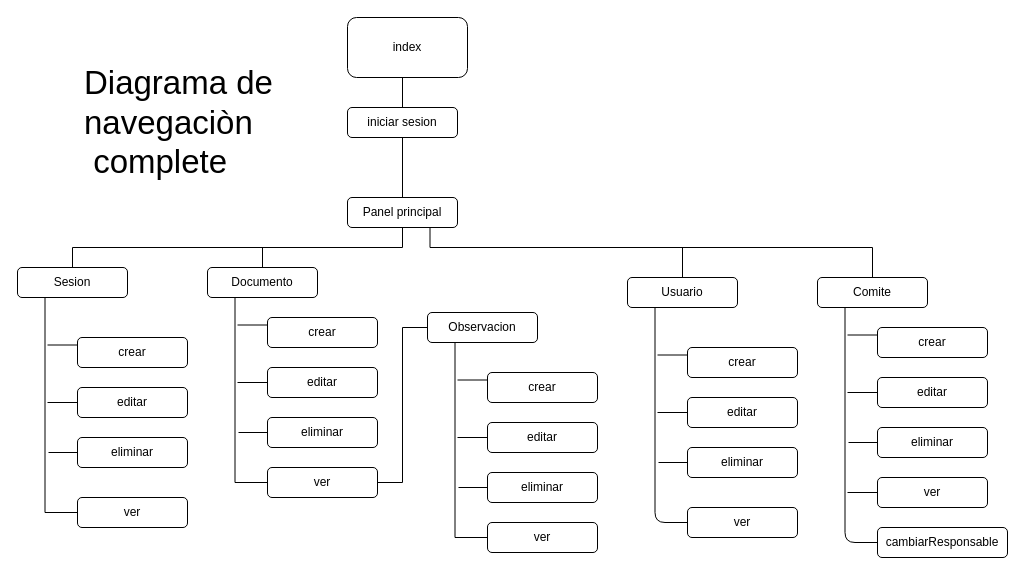
Before: page "completo" (1 of 4) of doc/Nav.drawio in gabo2600/sesion, a draw.io diagram. Source tidied: cells renumbered, new cells numbered last; positions are measured from the earlier drawing's top-left corner, leaving out a move shared by most shapes. Both pictures are drawn from the tidied source at 100%, with x=0, y=0 at pixel (17, 17).
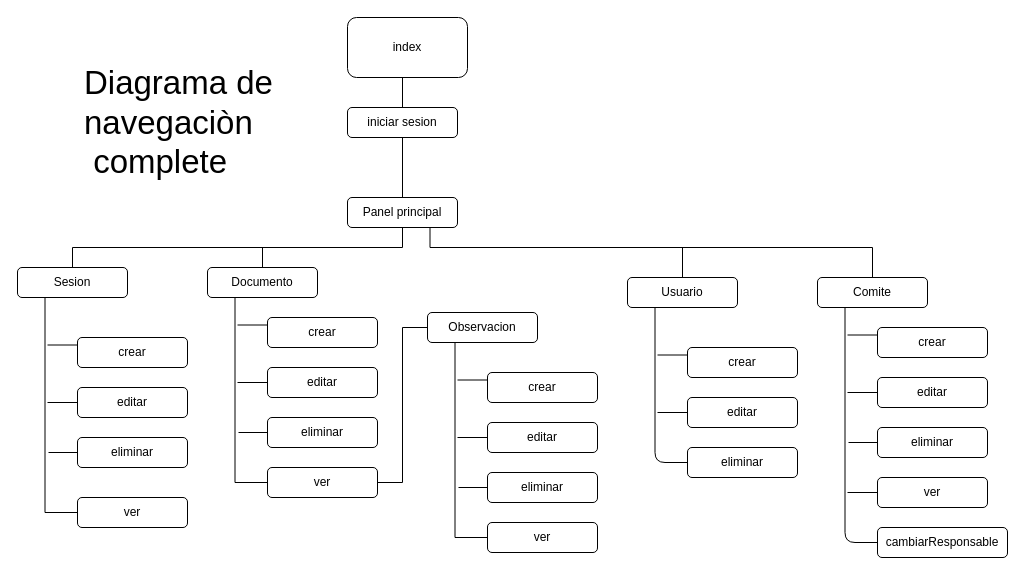
The same diagram, later.

Unchanged cells that the change refers to:
```xml
<mxCell id="44" value="Usuario" style="rounded=1;whiteSpace=wrap;html=1;" parent="1" vertex="1">
  <mxGeometry x="610" y="260" width="110" height="30" as="geometry" />
</mxCell>
<mxCell id="57" value="eliminar" style="rounded=1;whiteSpace=wrap;html=1;" parent="1" vertex="1">
  <mxGeometry x="670" y="430" width="110" height="30" as="geometry" />
</mxCell>
```

What changed in the source:
```diff
@@
-    <mxCell id="42" style="edgeStyle=orthogonalEdgeStyle;rounded=1;jettySize=auto;html=1;exitX=0.25;exitY=1;exitDx=0;exitDy=0;entryX=0;entryY=0.5;entryDx=0;entryDy=0;endArrow=none;endFill=0;" parent="1" edge="1" source="44" target="45">
+    <mxCell id="42" style="edgeStyle=orthogonalEdgeStyle;rounded=1;jettySize=auto;html=1;exitX=0.25;exitY=1;exitDx=0;exitDy=0;endArrow=none;endFill=0;entryX=0;entryY=0.5;entryDx=0;entryDy=0;" parent="1" edge="1" source="44" target="57">
       <mxGeometry relative="1" as="geometry" />
     </mxCell>
@@
-    <mxCell id="45" value="ver" style="rounded=1;whiteSpace=wrap;html=1;" parent="1" vertex="1">
-      <mxGeometry x="670" y="490" width="110" height="30" as="geometry" />
-    </mxCell>
@@
-    <mxCell id="56" style="edgeStyle=orthogonalEdgeStyle;rounded=1;jettySize=auto;html=1;exitX=0;exitY=0.5;exitDx=0;exitDy=0;endArrow=none;endFill=0;" parent="1" edge="1" source="57">
-      <mxGeometry relative="1" as="geometry">
-        <mxPoint x="641" y="445" as="targetPoint" />
-      </mxGeometry>
-    </mxCell>
```
